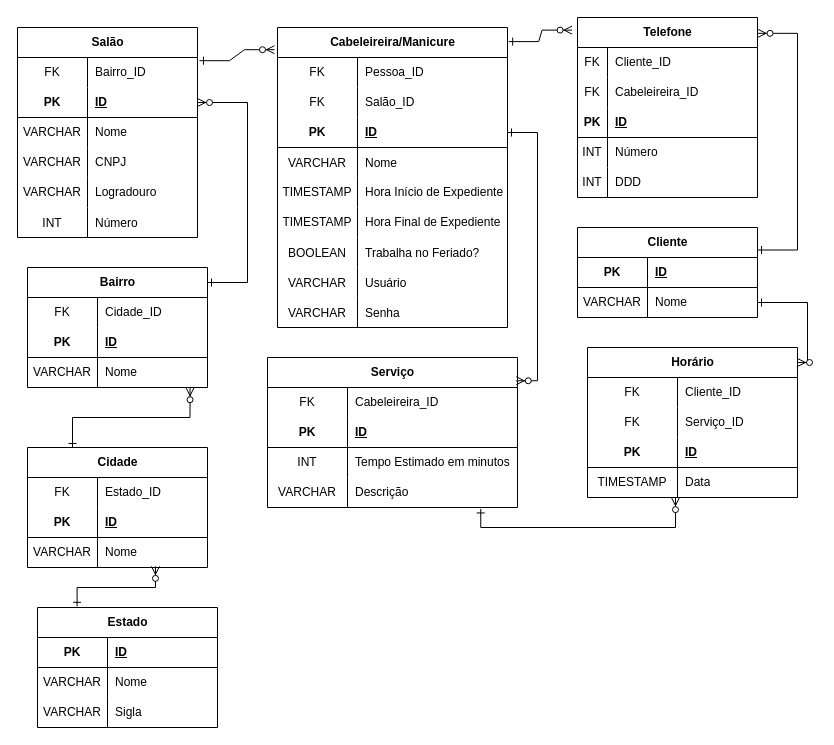
Above: Diagrama inicial.drawio in SaulinDoTrem/hairdresser (draw.io), before the change. Source tidied: cells renumbered, new cells numbered last; positions are measured from the earlier drawing's top-left corner, leaving out a move shared by most shapes. Both pictures are drawn from the tidied source at 100%, with x=0, y=0 at pixel (7, 17).
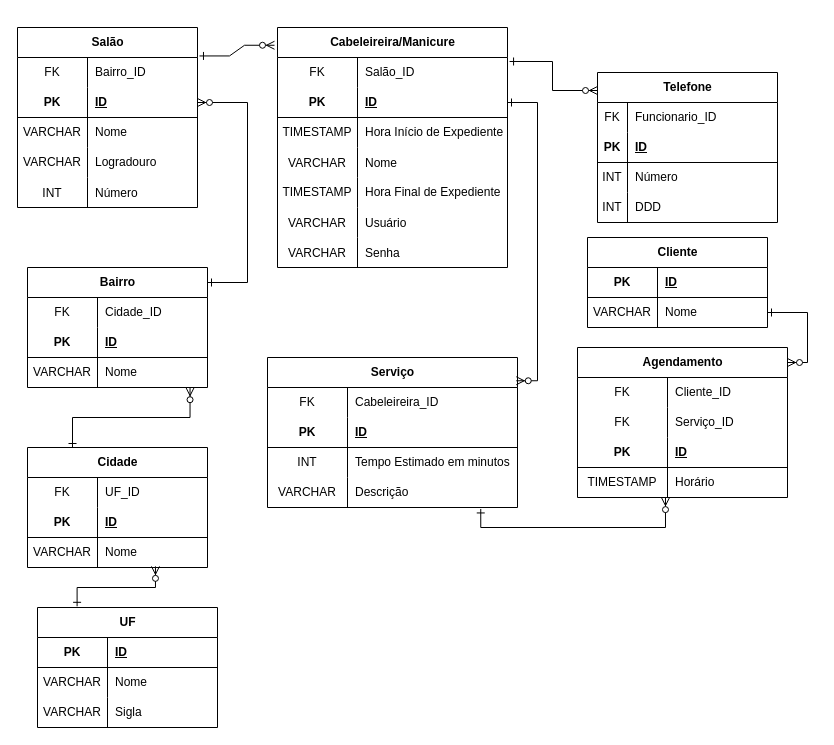
The same page after the edit.

Commit message (it also covers changes not shown here):
Adicionando desenho do diagrama feito no mysql e um backup inicial.

Unchanged cells that the change refers to:
```xml
<mxCell id="31" style="shape=tableRow;horizontal=0;startSize=0;swimlaneHead=0;swimlaneBody=0;fillColor=none;top=0;left=0;right=0;bottom=0;" parent="30" vertex="1">
  <mxGeometry y="30" width="180" height="30" as="geometry" />
</mxCell>
<mxCell id="75" style="shape=tableRow;horizontal=0;startSize=0;swimlaneHead=0;swimlaneBody=0;fillColor=none;points=[[0,0.5],[1,0.5]];portConstraint=eastwest;top=0;left=0;right=0;bottom=0;" parent="65" vertex="1">
  <mxGeometry y="120" width="210" height="30" as="geometry" />
</mxCell>
<mxCell id="112" style="shape=tableRow;horizontal=0;startSize=0;swimlaneHead=0;swimlaneBody=0;fillColor=none;top=0;left=0;right=0;bottom=0;" parent="111" vertex="1">
  <mxGeometry y="30" width="180" height="30" as="geometry" />
</mxCell>
```

The edit, as a diff of the source:
```diff
@@
     <mxCell id="2" value="Cabeleireira/Manicure" style="shape=table;startSize=30;childLayout=tableLayout;rowLines=0;fontStyle=1;align=center;html=1;" parent="1" vertex="1">
-      <mxGeometry x="270" y="10" width="230" height="300" as="geometry" />
+      <mxGeometry x="270" y="10" width="230" height="240" as="geometry" />
     </mxCell>
-    <mxCell id="3" style="shape=tableRow;horizontal=0;startSize=0;swimlaneHead=0;swimlaneBody=0;fillColor=none;top=0;left=0;right=0;bottom=0;" parent="2" vertex="1">
-      <mxGeometry y="30" width="230" height="30" as="geometry" />
-    </mxCell>
-    <mxCell id="4" value="FK" style="shape=partialRectangle;fillColor=none;top=0;left=0;bottom=0;right=0;fontStyle=0;overflow=hidden;whiteSpace=wrap;html=1;" parent="3" vertex="1">
-      <mxGeometry width="80" height="30" as="geometry" />
-    </mxCell>
-    <mxCell id="5" value="Pessoa_ID" style="shape=partialRectangle;fillColor=none;top=0;left=0;bottom=0;right=0;align=left;spacingLeft=6;fontStyle=0;overflow=hidden;whiteSpace=wrap;html=1;" parent="3" vertex="1">
-      <mxGeometry x="80" width="150" height="30" as="geometry" />
-    </mxCell>
     <mxCell id="6" style="shape=tableRow;horizontal=0;startSize=0;swimlaneHead=0;swimlaneBody=0;fillColor=none;points=[[0,0.5],[1,0.5]];portConstraint=eastwest;top=0;left=0;right=0;bottom=0;" parent="2" vertex="1">
-      <mxGeometry y="60" width="230" height="30" as="geometry" />
+      <mxGeometry y="30" width="230" height="30" as="geometry" />
     </mxCell>
@@
     <mxCell id="9" style="shape=tableRow;horizontal=0;startSize=0;swimlaneHead=0;swimlaneBody=0;fillColor=none;points=[[0,0.5],[1,0.5]];portConstraint=eastwest;top=0;left=0;right=0;bottom=1;" parent="2" vertex="1">
-      <mxGeometry y="90" width="230" height="30" as="geometry" />
+      <mxGeometry y="60" width="230" height="30" as="geometry" />
     </mxCell>
@@
+    <mxCell id="15" style="shape=tableRow;horizontal=0;startSize=0;swimlaneHead=0;swimlaneBody=0;fillColor=none;top=0;left=0;right=0;bottom=0;" parent="2" vertex="1">
+      <mxGeometry y="90" width="230" height="30" as="geometry" />
+    </mxCell>
+    <mxCell id="16" value="TIMESTAMP" style="shape=partialRectangle;fillColor=none;top=0;left=0;bottom=0;right=0;overflow=hidden;whiteSpace=wrap;html=1;" parent="15" vertex="1">
+      <mxGeometry width="80" height="30" as="geometry" />
+    </mxCell>
+    <mxCell id="17" value="Hora Início de Expediente" style="shape=partialRectangle;fillColor=none;top=0;left=0;bottom=0;right=0;align=left;spacingLeft=6;overflow=hidden;whiteSpace=wrap;html=1;" parent="15" vertex="1">
+      <mxGeometry x="80" width="150" height="30" as="geometry" />
+    </mxCell>
@@
-    <mxCell id="15" style="shape=tableRow;horizontal=0;startSize=0;swimlaneHead=0;swimlaneBody=0;fillColor=none;top=0;left=0;right=0;bottom=0;" parent="2" vertex="1">
-      <mxGeometry y="150" width="230" height="30" as="geometry" />
-    </mxCell>
-    <mxCell id="16" value="TIMESTAMP" style="shape=partialRectangle;fillColor=none;top=0;left=0;bottom=0;right=0;overflow=hidden;whiteSpace=wrap;html=1;" parent="15" vertex="1">
-      <mxGeometry width="80" height="30" as="geometry" />
-    </mxCell>
-    <mxCell id="17" value="Hora Início de Expediente" style="shape=partialRectangle;fillColor=none;top=0;left=0;bottom=0;right=0;align=left;spacingLeft=6;overflow=hidden;whiteSpace=wrap;html=1;" parent="15" vertex="1">
-      <mxGeometry x="80" width="150" height="30" as="geometry" />
-    </mxCell>
     <mxCell id="18" style="shape=tableRow;horizontal=0;startSize=0;swimlaneHead=0;swimlaneBody=0;fillColor=none;top=0;left=0;right=0;bottom=0;" parent="2" vertex="1">
-      <mxGeometry y="180" width="230" height="30" as="geometry" />
+      <mxGeometry y="150" width="230" height="30" as="geometry" />
     </mxCell>
@@
-    <mxCell id="21" style="shape=tableRow;horizontal=0;startSize=0;swimlaneHead=0;swimlaneBody=0;fillColor=none;top=0;left=0;right=0;bottom=0;" parent="2" vertex="1">
-      <mxGeometry y="210" width="230" height="30" as="geometry" />
-    </mxCell>
-    <mxCell id="22" value="BOOLEAN" style="shape=partialRectangle;fillColor=none;top=0;left=0;bottom=0;right=0;overflow=hidden;" parent="21" vertex="1">
-      <mxGeometry width="80" height="30" as="geometry" />
-    </mxCell>
-    <mxCell id="23" value="Trabalha no Feriado?" style="shape=partialRectangle;fillColor=none;top=0;left=0;bottom=0;right=0;align=left;spacingLeft=6;overflow=hidden;" parent="21" vertex="1">
-      <mxGeometry x="80" width="150" height="30" as="geometry" />
-    </mxCell>
     <mxCell id="24" style="shape=tableRow;horizontal=0;startSize=0;swimlaneHead=0;swimlaneBody=0;fillColor=none;top=0;left=0;right=0;bottom=0;" parent="2" vertex="1">
-      <mxGeometry y="240" width="230" height="30" as="geometry" />
+      <mxGeometry y="180" width="230" height="30" as="geometry" />
     </mxCell>
@@
     <mxCell id="27" style="shape=tableRow;horizontal=0;startSize=0;swimlaneHead=0;swimlaneBody=0;fillColor=none;top=0;left=0;right=0;bottom=0;" parent="2" vertex="1">
-      <mxGeometry y="270" width="230" height="30" as="geometry" />
+      <mxGeometry y="210" width="230" height="30" as="geometry" />
     </mxCell>
@@
     <mxCell id="30" value="Telefone" style="shape=table;startSize=30;childLayout=tableLayout;rowLines=0;fontStyle=1;align=center;html=1;" parent="1" vertex="1">
-      <mxGeometry x="570" width="180" height="180" as="geometry" />
+      <mxGeometry x="590" y="55" width="180" height="150" as="geometry" />
     </mxCell>
@@
-    <mxCell id="33" value="Cliente_ID" style="shape=partialRectangle;fillColor=none;top=0;left=0;bottom=0;right=0;align=left;spacingLeft=6;fontStyle=0;overflow=hidden;whiteSpace=wrap;html=1;" parent="31" vertex="1">
+    <mxCell id="33" value="Funcionario_ID" style="shape=partialRectangle;fillColor=none;top=0;left=0;bottom=0;right=0;align=left;spacingLeft=6;fontStyle=0;overflow=hidden;whiteSpace=wrap;html=1;" parent="31" vertex="1">
       <mxGeometry x="30" width="150" height="30" as="geometry" />
     </mxCell>
-    <mxCell id="34" style="shape=tableRow;horizontal=0;startSize=0;swimlaneHead=0;swimlaneBody=0;fillColor=none;top=0;left=0;right=0;bottom=0;" parent="30" vertex="1">
-      <mxGeometry y="60" width="180" height="30" as="geometry" />
-    </mxCell>
-    <mxCell id="35" value="FK" style="shape=partialRectangle;fillColor=none;top=0;left=0;bottom=0;right=0;fontStyle=0;overflow=hidden;whiteSpace=wrap;html=1;" parent="34" vertex="1">
-      <mxGeometry width="30" height="30" as="geometry" />
-    </mxCell>
-    <mxCell id="36" value="Cabeleireira_ID" style="shape=partialRectangle;fillColor=none;top=0;left=0;bottom=0;right=0;align=left;spacingLeft=6;fontStyle=0;overflow=hidden;whiteSpace=wrap;html=1;" parent="34" vertex="1">
-      <mxGeometry x="30" width="150" height="30" as="geometry" />
-    </mxCell>
     <mxCell id="37" style="shape=tableRow;horizontal=0;startSize=0;swimlaneHead=0;swimlaneBody=0;fillColor=none;top=0;left=0;right=0;bottom=1;" parent="30" vertex="1">
-      <mxGeometry y="90" width="180" height="30" as="geometry" />
+      <mxGeometry y="60" width="180" height="30" as="geometry" />
     </mxCell>
@@
     <mxCell id="40" style="shape=tableRow;horizontal=0;startSize=0;swimlaneHead=0;swimlaneBody=0;fillColor=none;top=0;left=0;right=0;bottom=0;" parent="30" vertex="1">
-      <mxGeometry y="120" width="180" height="30" as="geometry" />
+      <mxGeometry y="90" width="180" height="30" as="geometry" />
     </mxCell>
@@
     <mxCell id="43" style="shape=tableRow;horizontal=0;startSize=0;swimlaneHead=0;swimlaneBody=0;fillColor=none;top=0;left=0;right=0;bottom=0;" parent="30" vertex="1">
-      <mxGeometry y="150" width="180" height="30" as="geometry" />
+      <mxGeometry y="120" width="180" height="30" as="geometry" />
     </mxCell>
@@
     <mxCell id="46" value="Salão" style="shape=table;startSize=30;childLayout=tableLayout;rowLines=0;fontStyle=1;align=center;html=1;" parent="1" vertex="1">
-      <mxGeometry x="10" y="10" width="180" height="210" as="geometry" />
+      <mxGeometry x="10" y="10" width="180" height="180" as="geometry" />
     </mxCell>
@@
-    <mxCell id="56" style="shape=tableRow;horizontal=0;startSize=0;swimlaneHead=0;swimlaneBody=0;fillColor=none;top=0;left=0;right=0;bottom=0;" parent="46" vertex="1">
-      <mxGeometry y="120" width="180" height="30" as="geometry" />
-    </mxCell>
-    <mxCell id="57" value="VARCHAR" style="shape=partialRectangle;fillColor=none;top=0;left=0;bottom=0;right=0;overflow=hidden;whiteSpace=wrap;html=1;" parent="56" vertex="1">
-      <mxGeometry width="70" height="30" as="geometry" />
-    </mxCell>
-    <mxCell id="58" value="CNPJ" style="shape=partialRectangle;fillColor=none;top=0;left=0;bottom=0;right=0;align=left;spacingLeft=6;overflow=hidden;whiteSpace=wrap;html=1;" parent="56" vertex="1">
-      <mxGeometry x="70" width="110" height="30" as="geometry" />
-    </mxCell>
     <mxCell id="59" style="shape=tableRow;horizontal=0;startSize=0;swimlaneHead=0;swimlaneBody=0;fillColor=none;top=0;left=0;right=0;bottom=0;" parent="46" vertex="1">
-      <mxGeometry y="150" width="180" height="30" as="geometry" />
+      <mxGeometry y="120" width="180" height="30" as="geometry" />
     </mxCell>
@@
     <mxCell id="62" style="shape=tableRow;horizontal=0;startSize=0;swimlaneHead=0;swimlaneBody=0;fillColor=none;top=0;left=0;right=0;bottom=0;" parent="46" vertex="1">
-      <mxGeometry y="180" width="180" height="30" as="geometry" />
+      <mxGeometry y="150" width="180" height="30" as="geometry" />
     </mxCell>
@@
-    <mxCell id="65" value="Horário" style="shape=table;startSize=30;childLayout=tableLayout;rowLines=0;fontStyle=1;align=center;html=1;" parent="1" vertex="1">
-      <mxGeometry x="580" y="330" width="210" height="150" as="geometry" />
+    <mxCell id="65" value="Agendamento" style="shape=table;startSize=30;childLayout=tableLayout;rowLines=0;fontStyle=1;align=center;html=1;" parent="1" vertex="1">
+      <mxGeometry x="570" y="330" width="210" height="150" as="geometry" />
     </mxCell>
@@
-    <mxCell id="77" value="Data" style="shape=partialRectangle;fillColor=none;top=0;left=0;bottom=0;right=0;align=left;spacingLeft=6;overflow=hidden;whiteSpace=wrap;html=1;" parent="75" vertex="1">
+    <mxCell id="77" value="Horário" style="shape=partialRectangle;fillColor=none;top=0;left=0;bottom=0;right=0;align=left;spacingLeft=6;overflow=hidden;whiteSpace=wrap;html=1;" parent="75" vertex="1">
       <mxGeometry x="90" width="120" height="30" as="geometry" />
     </mxCell>
@@
     <mxCell id="92" value="Cliente" style="shape=table;startSize=30;childLayout=tableLayout;rowLines=0;fontStyle=1;align=center;html=1;" parent="1" vertex="1">
-      <mxGeometry x="570" y="210" width="180" height="90" as="geometry" />
+      <mxGeometry x="580" y="220" width="180" height="90" as="geometry" />
     </mxCell>
@@
-    <mxCell id="99" style="edgeStyle=entityRelationEdgeStyle;fontSize=12;html=1;endArrow=ERzeroToMany;endFill=1;rounded=0;entryX=-0.03;entryY=0.07;entryDx=0;entryDy=0;entryPerimeter=0;startArrow=ERone;startFill=0;exitX=1.005;exitY=0.047;exitDx=0;exitDy=0;exitPerimeter=0;" parent="1" edge="1" source="2" target="30">
-      <mxGeometry relative="1" as="geometry">
-        <Array as="points">
-          <mxPoint x="590" y="210" />
-          <mxPoint x="530" y="10" />
-          <mxPoint x="660" y="260" />
-          <mxPoint x="670" y="230" />
-        </Array>
-      </mxGeometry>
-    </mxCell>
@@
-    <mxCell id="101" value="Estado" style="shape=table;startSize=30;childLayout=tableLayout;rowLines=0;fontStyle=1;align=center;html=1;" parent="1" vertex="1">
+    <mxCell id="101" value="UF" style="shape=table;startSize=30;childLayout=tableLayout;rowLines=0;fontStyle=1;align=center;html=1;" parent="1" vertex="1">
       <mxGeometry x="30" y="590" width="180" height="120" as="geometry" />
     </mxCell>
@@
-    <mxCell id="114" value="Estado_ID" style="shape=partialRectangle;fillColor=none;top=0;left=0;bottom=0;right=0;align=left;spacingLeft=6;fontStyle=0;overflow=hidden;whiteSpace=wrap;html=1;" parent="112" vertex="1">
+    <mxCell id="114" value="UF_ID" style="shape=partialRectangle;fillColor=none;top=0;left=0;bottom=0;right=0;align=left;spacingLeft=6;fontStyle=0;overflow=hidden;whiteSpace=wrap;html=1;" parent="112" vertex="1">
       <mxGeometry x="70" width="110" height="30" as="geometry" />
     </mxCell>
@@
-    <mxCell id="134" style="edgeStyle=elbowEdgeStyle;fontSize=12;html=1;endArrow=ERzeroToMany;endFill=1;rounded=0;entryX=1.003;entryY=0.088;entryDx=0;entryDy=0;entryPerimeter=0;startArrow=ERone;startFill=0;exitX=1;exitY=0.25;exitDx=0;exitDy=0;" parent="1" edge="1" source="92" target="30">
-      <mxGeometry relative="1" as="geometry">
-        <Array as="points">
-          <mxPoint x="790" y="100" />
-        </Array>
-      </mxGeometry>
+    <mxCell id="134" style="edgeStyle=orthogonalEdgeStyle;fontSize=12;html=1;endArrow=ERzeroToMany;endFill=1;rounded=0;entryX=0;entryY=0.12;entryDx=0;entryDy=0;entryPerimeter=0;startArrow=ERone;startFill=0;exitX=1.009;exitY=0.133;exitDx=0;exitDy=0;exitPerimeter=0;" parent="1" edge="1" source="6" target="30">
+      <mxGeometry relative="1" as="geometry" />
     </mxCell>
```
